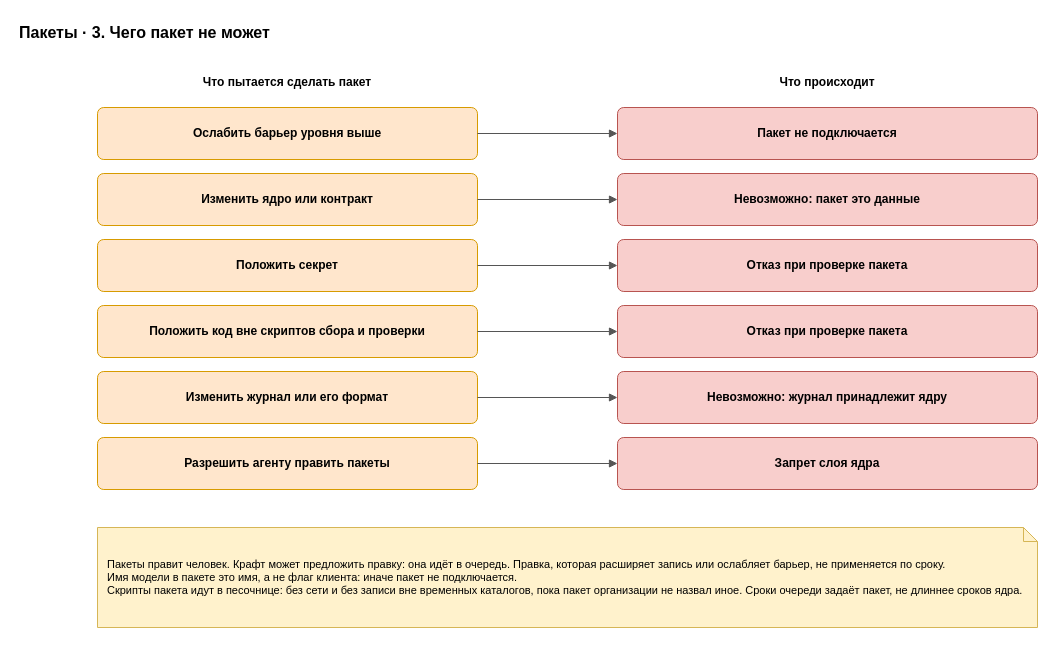
roygkov/reins keeps this draw.io diagram as page "3. Границы" (3 of 5) of docs/spec/harness-packs.drawio. Above is the earlier version. Source tidied: cells renumbered, new cells numbered last; positions are measured from the earlier drawing's top-left corner, leaving out a move shared by most shapes. Both pictures are drawn from the tidied source at 100%, with x=0, y=0 at pixel (17, 17).
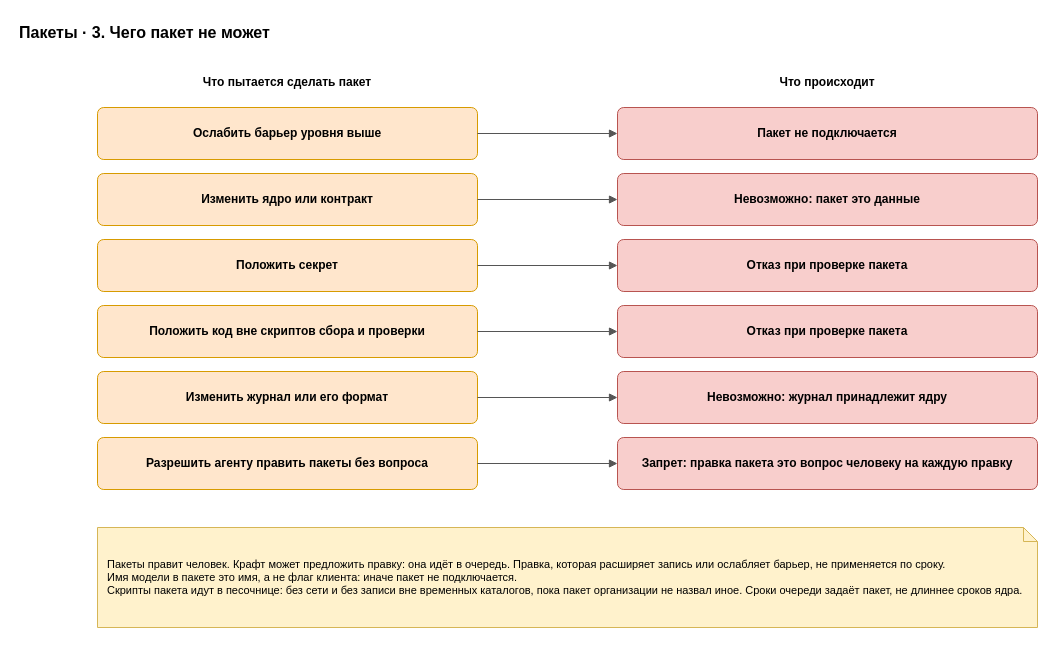
The same diagram, later.

The edit, as a diff of the source:
```diff
@@
-    <mxCell id="20" value="&lt;b&gt;Разрешить агенту править пакеты&lt;/b&gt;" style="rounded=1;whiteSpace=wrap;html=1;fillColor=#ffe6cc;strokeColor=#d79b00;arcSize=12;" parent="1" vertex="1">
+    <mxCell id="20" value="&lt;b&gt;Разрешить агенту править пакеты без вопроса&lt;/b&gt;" style="rounded=1;whiteSpace=wrap;html=1;fillColor=#ffe6cc;strokeColor=#d79b00;arcSize=12;" parent="1" vertex="1">
       <mxGeometry x="80" y="420" width="380" height="52" as="geometry" />
     </mxCell>
-    <mxCell id="21" value="&lt;b&gt;Запрет слоя ядра&lt;/b&gt;" style="rounded=1;whiteSpace=wrap;html=1;fillColor=#f8cecc;strokeColor=#b85450;arcSize=12;" parent="1" vertex="1">
+    <mxCell id="21" value="&lt;b&gt;Запрет: правка пакета это вопрос человеку на каждую правку&lt;/b&gt;" style="rounded=1;whiteSpace=wrap;html=1;fillColor=#f8cecc;strokeColor=#b85450;arcSize=12;" parent="1" vertex="1">
       <mxGeometry x="600" y="420" width="420" height="52" as="geometry" />
     </mxCell>
```
